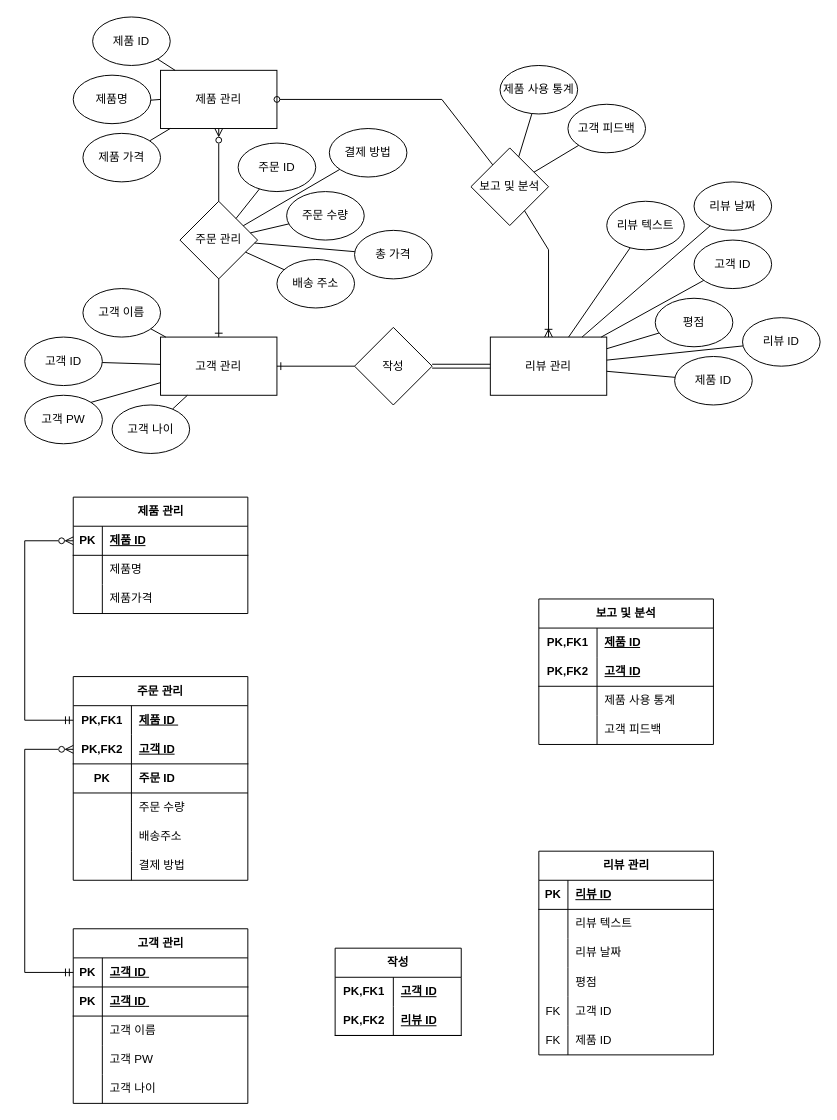
Earlier version of the draw.io diagram shopping_ERdiagram.drawio (yj1508/S_db_ERdiagram). Source tidied: cells renumbered, new cells numbered last; positions are measured from the earlier drawing's top-left corner, leaving out a move shared by most shapes. Both pictures are drawn from the tidied source at 97%, with x=0, y=0 at pixel (24, 16).
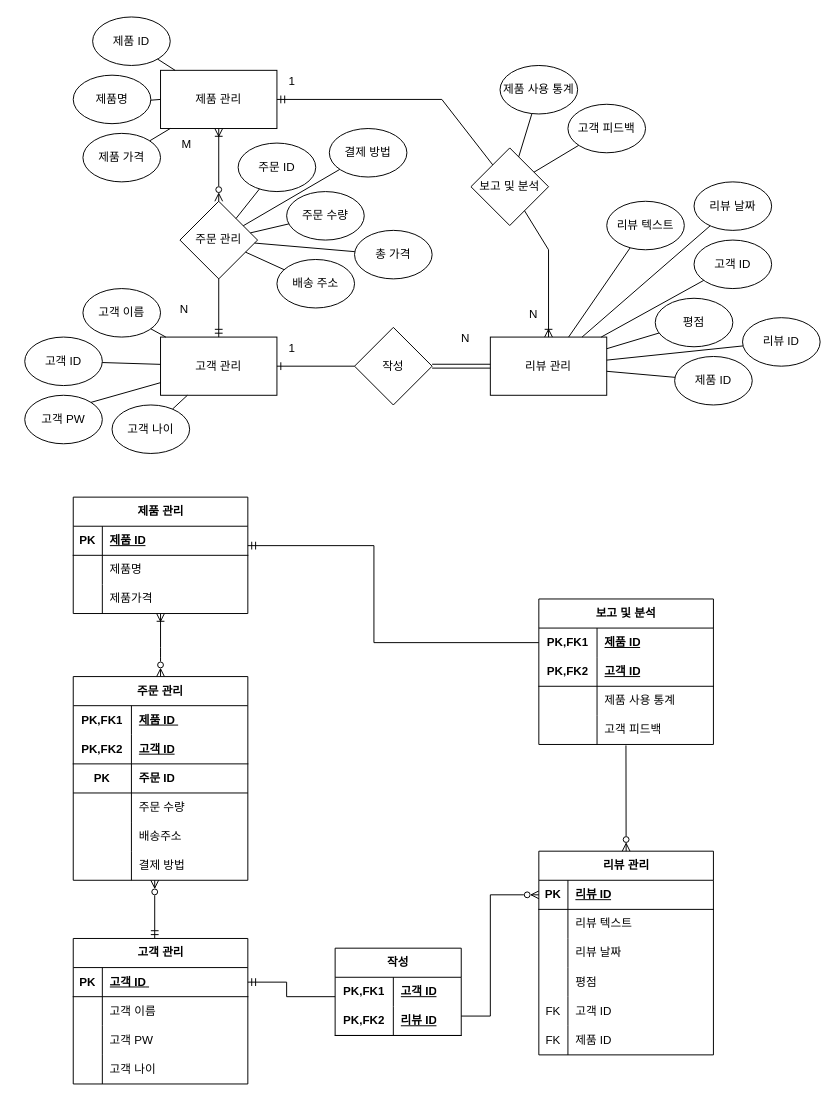
Above is the later version.

The change refers to these unchanged cells:
```xml
<mxCell id="2" value="고객 관리" style="rounded=0;whiteSpace=wrap;html=1;" parent="1" vertex="1">
  <mxGeometry x="140" y="330" width="120" height="60" as="geometry" />
</mxCell>
<mxCell id="3" value="제품 관리" style="rounded=0;whiteSpace=wrap;html=1;" parent="1" vertex="1">
  <mxGeometry x="140" y="55" width="120" height="60" as="geometry" />
</mxCell>
<mxCell id="4" value="주문 관리" style="rhombus;whiteSpace=wrap;html=1;" parent="1" vertex="1">
  <mxGeometry x="160" y="190" width="80" height="80" as="geometry" />
</mxCell>
<mxCell id="27" value="보고 및 분석" style="rhombus;whiteSpace=wrap;html=1;" parent="1" vertex="1">
  <mxGeometry x="460" y="135" width="80" height="80" as="geometry" />
</mxCell>
<mxCell id="55" style="shape=tableRow;horizontal=0;startSize=0;swimlaneHead=0;swimlaneBody=0;fillColor=none;points=[[0,0.5],[1,0.5]];portConstraint=eastwest;top=0;left=0;right=0;bottom=1;" parent="54" vertex="1">
  <mxGeometry y="30" width="180" height="30" as="geometry" />
</mxCell>
<mxCell id="71" style="shape=tableRow;horizontal=0;startSize=0;swimlaneHead=0;swimlaneBody=0;fillColor=none;points=[[0,0.5],[1,0.5]];portConstraint=eastwest;top=0;left=0;right=0;bottom=1;" parent="70" vertex="1">
  <mxGeometry y="30" width="180" height="30" as="geometry" />
</mxCell>
<mxCell id="77" style="shape=tableRow;horizontal=0;startSize=0;swimlaneHead=0;swimlaneBody=0;fillColor=none;points=[[0,0.5],[1,0.5]];portConstraint=eastwest;top=0;left=0;right=0;bottom=0;" parent="70" vertex="1">
  <mxGeometry y="90" width="180" height="30" as="geometry" />
</mxCell>
<mxCell id="80" value="리뷰 관리" style="shape=table;startSize=30;childLayout=tableLayout;rowLines=0;fontStyle=1;align=center;html=1;" parent="1" vertex="1">
  <mxGeometry x="530" y="860" width="180" height="210" as="geometry" />
</mxCell>
<mxCell id="81" style="shape=tableRow;horizontal=0;startSize=0;swimlaneHead=0;swimlaneBody=0;fillColor=none;points=[[0,0.5],[1,0.5]];portConstraint=eastwest;top=0;left=0;right=0;bottom=1;" parent="80" vertex="1">
  <mxGeometry y="30" width="180" height="30" as="geometry" />
</mxCell>
<mxCell id="99" value="주문 관리" style="shape=table;startSize=30;childLayout=tableLayout;rowLines=0;fontStyle=1;align=center;html=1;whiteSpace=wrap;" parent="1" vertex="1">
  <mxGeometry x="50" y="680" width="180" height="210" as="geometry" />
</mxCell>
<mxCell id="100" style="shape=tableRow;horizontal=0;startSize=0;swimlaneHead=0;swimlaneBody=0;fillColor=none;points=[[0,0.5],[1,0.5]];portConstraint=eastwest;top=0;left=0;right=0;bottom=0;html=1;" parent="99" vertex="1">
  <mxGeometry y="30" width="180" height="30" as="geometry" />
</mxCell>
<mxCell id="136" style="shape=tableRow;horizontal=0;startSize=0;swimlaneHead=0;swimlaneBody=0;fillColor=none;points=[[0,0.5],[1,0.5]];portConstraint=eastwest;top=0;left=0;right=0;bottom=0;html=1;" parent="126" vertex="1">
  <mxGeometry y="120" width="180" height="30" as="geometry" />
</mxCell>
```

What changed in the source:
```diff
@@
-    <mxCell id="29" style="endArrow=none;html=1;rounded=0;startArrow=oval;startFill=0;" parent="1" edge="1" source="3" target="27">
+    <mxCell id="29" style="endArrow=none;html=1;rounded=0;startArrow=ERmandOne;startFill=0;" parent="1" edge="1" source="3" target="27">
       <mxGeometry relative="1" as="geometry">
         <Array as="points">
           <mxPoint x="430" y="85" />
         </Array>
       </mxGeometry>
     </mxCell>
-    <mxCell id="30" style="endArrow=none;html=1;rounded=0;startArrow=ERzeroToMany;startFill=0;" parent="1" edge="1" source="3" target="4">
-      <mxGeometry relative="1" as="geometry" />
+    <mxCell id="30" style="endArrow=ERzeroToMany;html=1;rounded=0;startArrow=ERoneToMany;startFill=0;endFill=0;" parent="1" edge="1" target="4">
+      <mxGeometry relative="1" as="geometry">
+        <mxPoint x="200" y="115" as="sourcePoint" />
+      </mxGeometry>
     </mxCell>
-    <mxCell id="31" style="endArrow=ERone;html=1;rounded=0;endFill=0;" parent="1" edge="1" source="4" target="2">
+    <mxCell id="31" style="endArrow=ERmandOne;html=1;rounded=0;endFill=0;" parent="1" edge="1" source="4" target="2">
       <mxGeometry relative="1" as="geometry" />
     </mxCell>
@@
     <mxCell id="54" value="고객 관리" style="shape=table;startSize=30;childLayout=tableLayout;rowLines=0;fontStyle=1;align=center;html=1;" parent="1" vertex="1">
-      <mxGeometry x="50" y="940" width="180" height="180" as="geometry" />
+      <mxGeometry x="50" y="950" width="180" height="150" as="geometry" />
     </mxCell>
@@
-    <mxCell id="58" style="shape=tableRow;horizontal=0;startSize=0;swimlaneHead=0;swimlaneBody=0;fillColor=none;top=0;left=0;right=0;bottom=1;" parent="54" vertex="1">
-      <mxGeometry y="60" width="180" height="30" as="geometry" />
-    </mxCell>
-    <mxCell id="59" value="PK" style="shape=partialRectangle;fillColor=none;top=0;left=0;bottom=0;right=0;fontStyle=1;overflow=hidden;whiteSpace=wrap;html=1;" parent="58" vertex="1">
-      <mxGeometry width="30" height="30" as="geometry" />
-    </mxCell>
-    <mxCell id="60" value="고객 ID&lt;span style=&quot;white-space: pre;&quot;&gt; &lt;/span&gt;" style="shape=partialRectangle;fillColor=none;top=0;left=0;bottom=0;right=0;align=left;spacingLeft=6;fontStyle=5;overflow=hidden;whiteSpace=wrap;html=1;" parent="58" vertex="1">
-      <mxGeometry x="30" width="150" height="30" as="geometry" />
-    </mxCell>
     <mxCell id="61" style="shape=tableRow;horizontal=0;startSize=0;swimlaneHead=0;swimlaneBody=0;fillColor=none;top=0;left=0;right=0;bottom=0;" parent="54" vertex="1">
-      <mxGeometry y="90" width="180" height="30" as="geometry" />
+      <mxGeometry y="60" width="180" height="30" as="geometry" />
     </mxCell>
@@
     <mxCell id="64" style="shape=tableRow;horizontal=0;startSize=0;swimlaneHead=0;swimlaneBody=0;fillColor=none;top=0;left=0;right=0;bottom=0;" parent="54" vertex="1">
-      <mxGeometry y="120" width="180" height="30" as="geometry" />
+      <mxGeometry y="90" width="180" height="30" as="geometry" />
     </mxCell>
@@
     <mxCell id="67" style="shape=tableRow;horizontal=0;startSize=0;swimlaneHead=0;swimlaneBody=0;fillColor=none;top=0;left=0;right=0;bottom=0;" parent="54" vertex="1">
-      <mxGeometry y="150" width="180" height="30" as="geometry" />
+      <mxGeometry y="120" width="180" height="30" as="geometry" />
     </mxCell>
@@
-    <mxCell id="139" style="endArrow=ERzeroToMany;html=1;rounded=0;entryX=0;entryY=0.5;entryDx=0;entryDy=0;exitX=0;exitY=0.5;exitDx=0;exitDy=0;startArrow=ERmandOne;startFill=0;endFill=0;" parent="1" edge="1" source="100" target="71">
+    <mxCell id="139" style="endArrow=ERoneToMany;html=1;rounded=0;exitX=0.5;exitY=0;exitDx=0;exitDy=0;startArrow=ERzeroToMany;startFill=0;endFill=0;fontSize=13;strokeWidth=1;" parent="1" edge="1" source="99" target="77">
       <mxGeometry relative="1" as="geometry">
         <Array as="points">
-          <mxPoint y="725" />
-          <mxPoint y="540" />
+          <mxPoint x="140" y="660" />
+          <mxPoint x="140" y="650" />
         </Array>
       </mxGeometry>
     </mxCell>
-    <mxCell id="140" style="endArrow=ERzeroToMany;html=1;rounded=0;entryX=0;entryY=0.5;entryDx=0;entryDy=0;startArrow=ERmandOne;startFill=0;endFill=0;exitX=0;exitY=0.5;exitDx=0;exitDy=0;" parent="1" edge="1" source="55">
+    <mxCell id="140" style="endArrow=ERzeroToMany;html=1;rounded=0;startArrow=ERmandOne;startFill=0;endFill=0;" parent="1" edge="1">
       <mxGeometry relative="1" as="geometry">
-        <mxPoint x="50" y="755" as="targetPoint" />
-        <Array as="points">
-          <mxPoint y="985" />
-          <mxPoint y="755" />
-        </Array>
+        <mxPoint x="134" y="950" as="sourcePoint" />
+        <mxPoint x="134" y="890" as="targetPoint" />
       </mxGeometry>
     </mxCell>
+    <mxCell id="141" style="endArrow=ERmandOne;html=1;rounded=0;entryX=1;entryY=0.5;entryDx=0;entryDy=0;endFill=0;startArrow=none;startFill=0;" parent="1" edge="1" target="55">
+      <mxGeometry relative="1" as="geometry">
+        <mxPoint x="320" y="1010" as="sourcePoint" />
+        <Array as="points">
+          <mxPoint x="270" y="1010" />
+          <mxPoint x="270" y="995" />
+        </Array>
+      </mxGeometry>
+    </mxCell>
+    <mxCell id="142" style="endArrow=ERzeroToMany;html=1;rounded=0;entryX=0;entryY=0.5;entryDx=0;entryDy=0;endFill=0;" parent="1" edge="1" target="81">
+      <mxGeometry relative="1" as="geometry">
+        <mxPoint x="450" y="1030" as="sourcePoint" />
+        <Array as="points">
+          <mxPoint x="480" y="1030" />
+          <mxPoint x="480" y="905" />
+        </Array>
+      </mxGeometry>
+    </mxCell>
+    <mxCell id="143" style="endArrow=none;html=1;rounded=0;endFill=0;startArrow=ERmandOne;startFill=0;" parent="1" edge="1">
+      <mxGeometry relative="1" as="geometry">
+        <mxPoint x="230" y="545" as="sourcePoint" />
+        <mxPoint x="530" y="645" as="targetPoint" />
+        <Array as="points">
+          <mxPoint x="360" y="545" />
+          <mxPoint x="360" y="645" />
+        </Array>
+      </mxGeometry>
+    </mxCell>
+    <mxCell id="144" style="endArrow=none;html=1;rounded=0;entryX=0.499;entryY=1.032;entryDx=0;entryDy=0;entryPerimeter=0;exitX=0.5;exitY=0;exitDx=0;exitDy=0;endFill=0;startArrow=ERzeroToMany;startFill=0;" parent="1" edge="1" source="80" target="136">
+      <mxGeometry relative="1" as="geometry" />
+    </mxCell>
+    <mxCell id="145" style="endArrow=none;html=1;rounded=0;dashed=1;dashPattern=1 2;strokeColor=none;" parent="1" edge="1">
+      <mxGeometry relative="1" as="geometry">
+        <mxPoint x="160" y="140" as="sourcePoint" />
+        <mxPoint x="160" y="310" as="targetPoint" />
+      </mxGeometry>
+    </mxCell>
+    <mxCell id="146" value="M" style="html=1;whiteSpace=wrap;align=left;verticalAlign=bottom;" parent="145" vertex="1">
+      <mxGeometry x="-1" relative="1" as="geometry" />
+    </mxCell>
+    <mxCell id="147" value="N" style="html=1;whiteSpace=wrap;align=right;verticalAlign=bottom;" parent="145" vertex="1">
+      <mxGeometry x="1" relative="1" as="geometry">
+        <mxPoint x="10" as="offset" />
+      </mxGeometry>
+    </mxCell>
+    <mxCell id="148" style="endArrow=none;html=1;rounded=0;dashed=1;dashPattern=1 2;strokeColor=none;" parent="1" edge="1">
+      <mxGeometry relative="1" as="geometry">
+        <mxPoint x="250" y="300" as="sourcePoint" />
+        <mxPoint x="280" y="330" as="targetPoint" />
+      </mxGeometry>
+    </mxCell>
+    <mxCell id="149" value="1" style="html=1;whiteSpace=wrap;align=right;verticalAlign=bottom;" parent="148" vertex="1">
+      <mxGeometry x="1" relative="1" as="geometry">
+        <mxPoint y="20" as="offset" />
+      </mxGeometry>
+    </mxCell>
+    <mxCell id="150" style="endArrow=none;html=1;rounded=0;strokeColor=none;" parent="1" edge="1">
+      <mxGeometry relative="1" as="geometry">
+        <mxPoint x="250" y="300" as="sourcePoint" />
+        <mxPoint x="410" y="300" as="targetPoint" />
+      </mxGeometry>
+    </mxCell>
+    <mxCell id="151" value="N" style="html=1;whiteSpace=wrap;align=right;verticalAlign=bottom;" parent="150" vertex="1">
+      <mxGeometry x="1" relative="1" as="geometry">
+        <mxPoint x="50" y="40" as="offset" />
+      </mxGeometry>
+    </mxCell>
+    <mxCell id="152" style="endArrow=none;html=1;rounded=0;strokeColor=none;" parent="1" edge="1">
+      <mxGeometry relative="1" as="geometry">
+        <mxPoint x="250" y="200" as="sourcePoint" />
+        <mxPoint x="410" y="200" as="targetPoint" />
+      </mxGeometry>
+    </mxCell>
+    <mxCell id="153" value="1" style="html=1;whiteSpace=wrap;align=right;verticalAlign=bottom;" parent="152" vertex="1">
+      <mxGeometry x="1" relative="1" as="geometry">
+        <mxPoint x="-130" y="-125" as="offset" />
+      </mxGeometry>
+    </mxCell>
+    <mxCell id="154" style="endArrow=none;html=1;rounded=0;strokeColor=none;" parent="1" edge="1">
+      <mxGeometry relative="1" as="geometry">
+        <mxPoint x="250" y="200" as="sourcePoint" />
+        <mxPoint x="410" y="200" as="targetPoint" />
+      </mxGeometry>
+    </mxCell>
+    <mxCell id="155" value="N" style="html=1;whiteSpace=wrap;align=right;verticalAlign=bottom;" parent="154" vertex="1">
+      <mxGeometry x="1" relative="1" as="geometry">
+        <mxPoint x="120" y="115" as="offset" />
+      </mxGeometry>
+    </mxCell>
```
